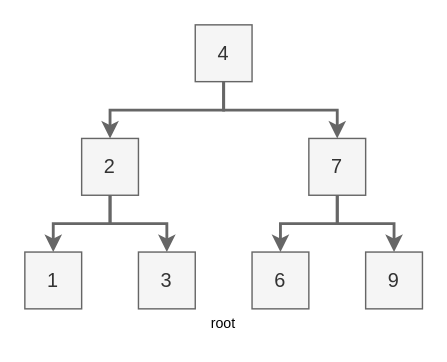
Above: page "1" (1 of 3) of docs/problems201_300/invert-binary-tree.drawio in hanggrian/grind-leetcode (draw.io), before the change. Source tidied: cells renumbered, new cells numbered last; positions are measured from the earlier drawing's top-left corner, leaving out a move shared by most shapes. Both pictures are drawn from the tidied source at 142%, with x=0, y=0 at pixel (24, 24).
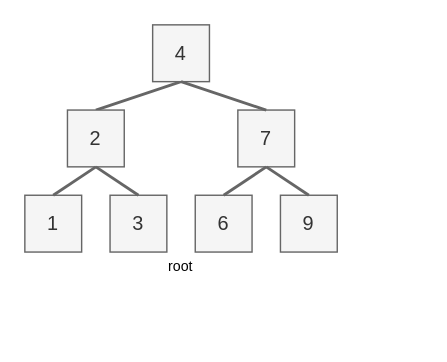
Above is the later version.

The edit, as a diff of the source:
```diff
@@
 <mxGraphModel>
   <root>
     <mxCell id="0" />
     <mxCell id="1" parent="0" />
-    <mxCell id="2" style="edgeStyle=orthogonalEdgeStyle;rounded=0;jettySize=auto;html=1;exitX=0.5;exitY=1;exitDx=0;exitDy=0;entryX=0.5;entryY=0;entryDx=0;entryDy=0;fillColor=#f5f5f5;strokeColor=#666666;strokeWidth=2;" parent="1" edge="1" source="3" target="4">
+    <mxCell id="2" style="rounded=0;jettySize=auto;html=1;exitX=0.5;exitY=1;exitDx=0;exitDy=0;entryX=0.5;entryY=0;entryDx=0;entryDy=0;fillColor=#f5f5f5;strokeColor=#666666;strokeWidth=2;endArrow=none;startFill=0;" parent="1" edge="1" source="3" target="4">
       <mxGeometry relative="1" as="geometry" />
     </mxCell>
     <mxCell id="3" value="4" style="text;html=1;align=center;verticalAlign=middle;whiteSpace=wrap;rounded=0;fillColor=#f5f5f5;strokeColor=#666666;fontSize=14;fontColor=#333333;" parent="1" vertex="1">
-      <mxGeometry x="120" width="40" height="40" as="geometry" />
+      <mxGeometry x="90" width="40" height="40" as="geometry" />
     </mxCell>
     <mxCell id="4" value="2" style="text;html=1;align=center;verticalAlign=middle;whiteSpace=wrap;rounded=0;fillColor=#f5f5f5;strokeColor=#666666;fontSize=14;fontColor=#333333;" parent="1" vertex="1">
-      <mxGeometry x="40" y="80" width="40" height="40" as="geometry" />
+      <mxGeometry x="30" y="60" width="40" height="40" as="geometry" />
     </mxCell>
     <mxCell id="5" value="root" style="text;html=1;align=center;verticalAlign=middle;whiteSpace=wrap;rounded=0;fontSize=10;" parent="1" vertex="1">
-      <mxGeometry y="200" width="280" height="20" as="geometry" />
+      <mxGeometry y="160" width="220" height="20" as="geometry" />
     </mxCell>
     <mxCell id="6" value="1" style="text;html=1;align=center;verticalAlign=middle;whiteSpace=wrap;rounded=0;fillColor=#f5f5f5;strokeColor=#666666;fontSize=14;fontColor=#333333;" parent="1" vertex="1">
-      <mxGeometry y="160" width="40" height="40" as="geometry" />
+      <mxGeometry y="120" width="40" height="40" as="geometry" />
     </mxCell>
-    <mxCell id="7" style="edgeStyle=orthogonalEdgeStyle;rounded=0;jettySize=auto;html=1;exitX=0.5;exitY=1;exitDx=0;exitDy=0;entryX=0.5;entryY=0;entryDx=0;entryDy=0;fillColor=#f5f5f5;strokeColor=#666666;strokeWidth=2;" parent="1" edge="1" source="4" target="6">
+    <mxCell id="7" style="rounded=0;jettySize=auto;html=1;exitX=0.5;exitY=1;exitDx=0;exitDy=0;entryX=0.5;entryY=0;entryDx=0;entryDy=0;fillColor=#f5f5f5;strokeColor=#666666;strokeWidth=2;endArrow=none;startFill=0;" parent="1" edge="1" source="4" target="6">
       <mxGeometry relative="1" as="geometry" />
     </mxCell>
     <mxCell id="8" value="3" style="text;html=1;align=center;verticalAlign=middle;whiteSpace=wrap;rounded=0;fillColor=#f5f5f5;strokeColor=#666666;fontSize=14;fontColor=#333333;" parent="1" vertex="1">
-      <mxGeometry x="80" y="160" width="40" height="40" as="geometry" />
+      <mxGeometry x="60" y="120" width="40" height="40" as="geometry" />
     </mxCell>
-    <mxCell id="9" style="edgeStyle=orthogonalEdgeStyle;rounded=0;jettySize=auto;html=1;exitX=0.5;exitY=1;exitDx=0;exitDy=0;entryX=0.5;entryY=0;entryDx=0;entryDy=0;fillColor=#f5f5f5;strokeColor=#666666;strokeWidth=2;" parent="1" edge="1" source="4" target="8">
+    <mxCell id="9" style="rounded=0;jettySize=auto;html=1;exitX=0.5;exitY=1;exitDx=0;exitDy=0;entryX=0.5;entryY=0;entryDx=0;entryDy=0;fillColor=#f5f5f5;strokeColor=#666666;strokeWidth=2;endArrow=none;startFill=0;" parent="1" edge="1" source="4" target="8">
       <mxGeometry relative="1" as="geometry" />
     </mxCell>
     <mxCell id="10" value="7" style="text;html=1;align=center;verticalAlign=middle;whiteSpace=wrap;rounded=0;fillColor=#f5f5f5;strokeColor=#666666;fontSize=14;fontColor=#333333;" parent="1" vertex="1">
-      <mxGeometry x="200" y="80" width="40" height="40" as="geometry" />
+      <mxGeometry x="150" y="60" width="40" height="40" as="geometry" />
     </mxCell>
     <mxCell id="11" value="6" style="text;html=1;align=center;verticalAlign=middle;whiteSpace=wrap;rounded=0;fillColor=#f5f5f5;strokeColor=#666666;fontSize=14;fontColor=#333333;" parent="1" vertex="1">
-      <mxGeometry x="160" y="160" width="40" height="40" as="geometry" />
+      <mxGeometry x="120" y="120" width="40" height="40" as="geometry" />
     </mxCell>
-    <mxCell id="12" style="edgeStyle=orthogonalEdgeStyle;rounded=0;jettySize=auto;html=1;exitX=0.5;exitY=1;exitDx=0;exitDy=0;entryX=0.5;entryY=0;entryDx=0;entryDy=0;fillColor=#f5f5f5;strokeColor=#666666;strokeWidth=2;" parent="1" edge="1" source="10" target="11">
+    <mxCell id="12" style="rounded=0;jettySize=auto;html=1;exitX=0.5;exitY=1;exitDx=0;exitDy=0;entryX=0.5;entryY=0;entryDx=0;entryDy=0;fillColor=#f5f5f5;strokeColor=#666666;strokeWidth=2;endArrow=none;startFill=0;" parent="1" edge="1" source="10" target="11">
       <mxGeometry relative="1" as="geometry" />
     </mxCell>
     <mxCell id="13" value="9" style="text;html=1;align=center;verticalAlign=middle;whiteSpace=wrap;rounded=0;fillColor=#f5f5f5;strokeColor=#666666;fontSize=14;fontColor=#333333;" parent="1" vertex="1">
-      <mxGeometry x="240" y="160" width="40" height="40" as="geometry" />
+      <mxGeometry x="180" y="120" width="40" height="40" as="geometry" />
     </mxCell>
-    <mxCell id="14" style="edgeStyle=orthogonalEdgeStyle;rounded=0;jettySize=auto;html=1;exitX=0.5;exitY=1;exitDx=0;exitDy=0;entryX=0.5;entryY=0;entryDx=0;entryDy=0;fillColor=#f5f5f5;strokeColor=#666666;strokeWidth=2;" parent="1" edge="1" source="10" target="13">
+    <mxCell id="14" style="rounded=0;jettySize=auto;html=1;exitX=0.5;exitY=1;exitDx=0;exitDy=0;entryX=0.5;entryY=0;entryDx=0;entryDy=0;fillColor=#f5f5f5;strokeColor=#666666;strokeWidth=2;endArrow=none;startFill=0;" parent="1" edge="1" source="10" target="13">
       <mxGeometry relative="1" as="geometry" />
     </mxCell>
-    <mxCell id="15" style="edgeStyle=orthogonalEdgeStyle;rounded=0;jettySize=auto;html=1;exitX=0.5;exitY=1;exitDx=0;exitDy=0;entryX=0.5;entryY=0;entryDx=0;entryDy=0;fillColor=#f5f5f5;strokeColor=#666666;strokeWidth=2;" parent="1" edge="1" source="3" target="10">
+    <mxCell id="15" style="rounded=0;jettySize=auto;html=1;exitX=0.5;exitY=1;exitDx=0;exitDy=0;entryX=0.5;entryY=0;entryDx=0;entryDy=0;fillColor=#f5f5f5;strokeColor=#666666;strokeWidth=2;endArrow=none;startFill=0;" parent="1" edge="1" source="3" target="10">
       <mxGeometry relative="1" as="geometry" />
     </mxCell>
   </root>
 </mxGraphModel>
```
